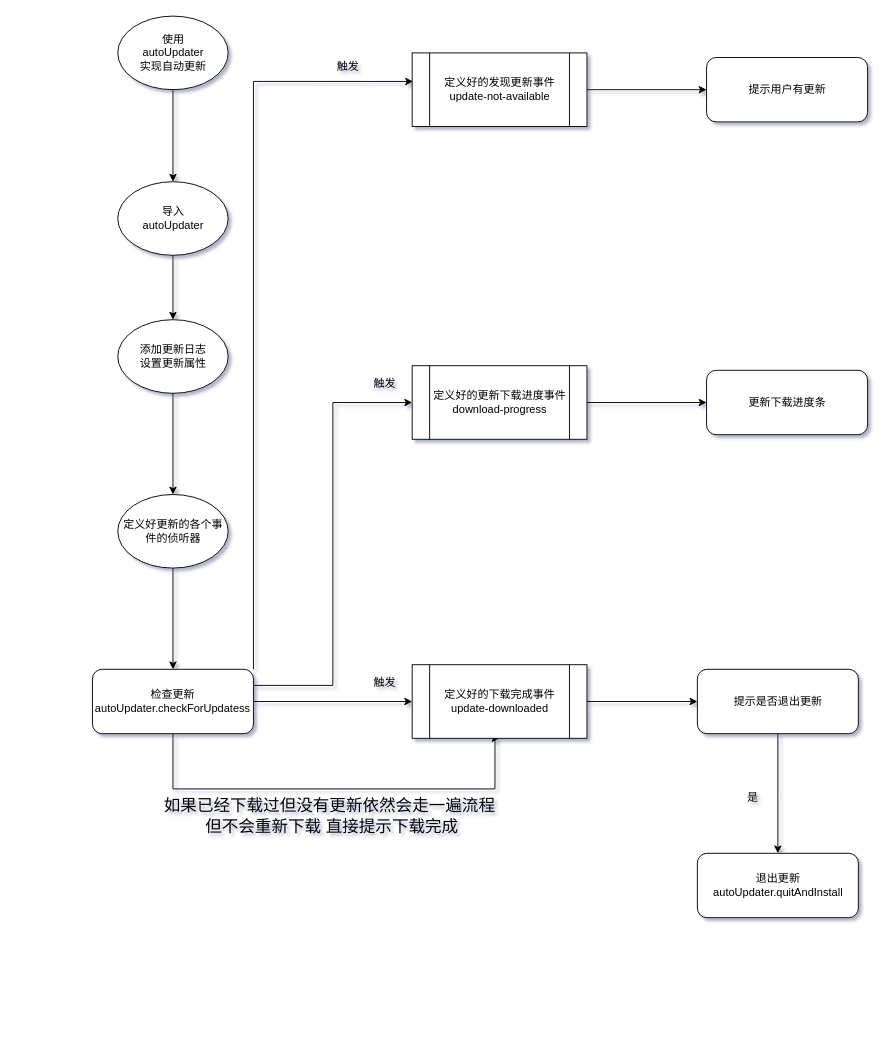
bitbw/my-gallery keeps this draw.io diagram as 流程图/electron自动更新插件实现.drawio. Above is the earlier version. Source tidied: cells renumbered, new cells numbered last; positions are measured from the earlier drawing's top-left corner, leaving out a move shared by most shapes. Both pictures are drawn from the tidied source at 92%, with x=0, y=0 at pixel (92, 16).
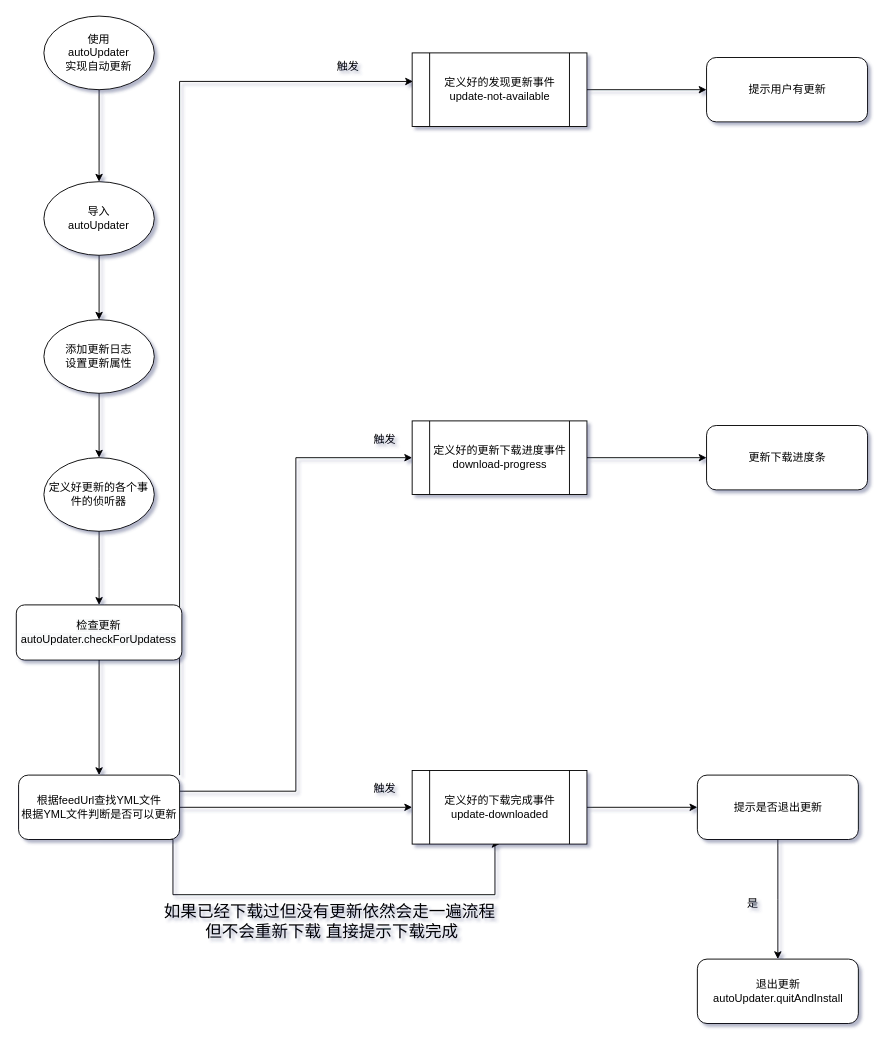
After the change.

Commit message (it also covers changes not shown here):
更新electron自动更新插件实现.drawio

What changed in the source:
```diff
@@
-    <mxCell id="2" style="edgeStyle=orthogonalEdgeStyle;rounded=0;jettySize=auto;html=1;exitX=0.5;exitY=1;exitDx=0;exitDy=0;entryX=0.5;entryY=0;entryDx=0;entryDy=0;" parent="1" edge="1" source="3" target="14">
-      <mxGeometry relative="1" as="geometry" />
-    </mxCell>
+    <mxCell id="31" style="edgeStyle=orthogonalEdgeStyle;rounded=0;jettySize=auto;html=1;entryX=0.5;entryY=0;entryDx=0;entryDy=0;" parent="1" edge="1" source="3">
+      <mxGeometry relative="1" as="geometry">
+        <mxPoint x="7.2" y="640" as="targetPoint" />
+      </mxGeometry>
+    </mxCell>
     <mxCell id="3" value="定义好更新的各个事件的侦听器" style="ellipse;whiteSpace=wrap;html=1;rounded=0;" parent="1" vertex="1">
-      <mxGeometry x="27.5" y="520" width="120" height="80" as="geometry" />
+      <mxGeometry x="-52.8" y="480" width="120" height="80" as="geometry" />
     </mxCell>
@@
     <mxCell id="5" value="使用&lt;div&gt;autoUpdater&lt;/div&gt;&lt;div&gt;实现自动更新&lt;/div&gt;" style="ellipse;whiteSpace=wrap;html=1;rounded=0;" parent="1" vertex="1">
-      <mxGeometry x="27.5" width="120" height="80" as="geometry" />
+      <mxGeometry x="-52.8" width="120" height="80" as="geometry" />
     </mxCell>
@@
     <mxCell id="7" value="&lt;span&gt;导入&lt;/span&gt;&lt;br&gt;&lt;span&gt;autoUpdater&lt;/span&gt;" style="ellipse;whiteSpace=wrap;html=1;" parent="1" vertex="1">
-      <mxGeometry x="27.5" y="180" width="120" height="80" as="geometry" />
+      <mxGeometry x="-52.8" y="180" width="120" height="80" as="geometry" />
     </mxCell>
@@
     <mxCell id="13" style="edgeStyle=orthogonalEdgeStyle;rounded=0;jettySize=auto;html=1;exitX=0.5;exitY=1;exitDx=0;exitDy=0;entryX=0.5;entryY=1;entryDx=0;entryDy=0;" parent="1" edge="1" source="14" target="23">
       <mxGeometry relative="1" as="geometry">
         <Array as="points">
-          <mxPoint x="87.5" y="840" />
-          <mxPoint x="437.5" y="840" />
-          <mxPoint x="437.5" y="785" />
+          <mxPoint x="87.5" y="955" />
+          <mxPoint x="437.5" y="955" />
+          <mxPoint x="437.5" y="900" />
         </Array>
       </mxGeometry>
     </mxCell>
-    <mxCell id="14" value="检查更新&lt;br&gt;autoUpdater.checkForUpdatess" style="rounded=1;whiteSpace=wrap;html=1;" parent="1" vertex="1">
-      <mxGeometry y="710" width="175" height="70" as="geometry" />
+    <mxCell id="14" value="根据feedUrl查找YML文件&lt;br&gt;根据YML文件判断是否可以更新" style="rounded=1;whiteSpace=wrap;html=1;" parent="1" vertex="1">
+      <mxGeometry x="-80.3" y="825" width="175" height="70" as="geometry" />
     </mxCell>
@@
     <mxCell id="18" value="添加更新日志&lt;br&gt;设置更新属性" style="ellipse;whiteSpace=wrap;html=1;rounded=0;" parent="1" vertex="1">
-      <mxGeometry x="27.5" y="330" width="120" height="80" as="geometry" />
+      <mxGeometry x="-52.8" y="330" width="120" height="80" as="geometry" />
     </mxCell>
@@
     <mxCell id="20" value="定义好的更新下载进度事件&lt;br&gt;download-progress" style="shape=process;whiteSpace=wrap;html=1;backgroundOutline=1;rounded=0;" parent="1" vertex="1">
-      <mxGeometry x="347.5" y="380" width="190" height="80" as="geometry" />
+      <mxGeometry x="347.5" y="440" width="190" height="80" as="geometry" />
     </mxCell>
     <mxCell id="21" value="更新下载进度条" style="rounded=1;whiteSpace=wrap;html=1;" parent="1" vertex="1">
-      <mxGeometry x="667.5" y="385" width="175" height="70" as="geometry" />
+      <mxGeometry x="667.5" y="445" width="175" height="70" as="geometry" />
     </mxCell>
@@
     <mxCell id="23" value="定义好的下载完成事件&lt;br&gt;update-downloaded" style="shape=process;whiteSpace=wrap;html=1;backgroundOutline=1;rounded=0;" parent="1" vertex="1">
-      <mxGeometry x="347.5" y="705" width="190" height="80" as="geometry" />
+      <mxGeometry x="347.5" y="820" width="190" height="80" as="geometry" />
     </mxCell>
     <mxCell id="24" style="edgeStyle=orthogonalEdgeStyle;rounded=0;jettySize=auto;html=1;" parent="1" edge="1" source="25">
       <mxGeometry relative="1" as="geometry">
-        <mxPoint x="745" y="910" as="targetPoint" />
+        <mxPoint x="745" y="1025" as="targetPoint" />
       </mxGeometry>
     </mxCell>
     <mxCell id="25" value="提示是否退出更新" style="rounded=1;whiteSpace=wrap;html=1;" parent="1" vertex="1">
-      <mxGeometry x="657.5" y="710" width="175" height="70" as="geometry" />
+      <mxGeometry x="657.5" y="825" width="175" height="70" as="geometry" />
     </mxCell>
     <mxCell id="26" value="退出更新&lt;br&gt;autoUpdater.quitAndInstall" style="rounded=1;whiteSpace=wrap;html=1;" parent="1" vertex="1">
-      <mxGeometry x="657.5" y="910" width="175" height="70" as="geometry" />
+      <mxGeometry x="657.5" y="1025" width="175" height="70" as="geometry" />
     </mxCell>
     <mxCell id="27" value="触发" style="text;html=1;strokeColor=none;fillColor=none;align=center;verticalAlign=middle;whiteSpace=wrap;rounded=0;" parent="1" vertex="1">
-      <mxGeometry x="297.5" y="385" width="40" height="30" as="geometry" />
+      <mxGeometry x="297.5" y="445" width="40" height="30" as="geometry" />
     </mxCell>
     <mxCell id="28" value="触发" style="text;html=1;strokeColor=none;fillColor=none;align=center;verticalAlign=middle;whiteSpace=wrap;rounded=0;" parent="1" vertex="1">
-      <mxGeometry x="297.5" y="710" width="40" height="30" as="geometry" />
+      <mxGeometry x="297.5" y="825" width="40" height="30" as="geometry" />
     </mxCell>
     <mxCell id="29" value="是" style="text;html=1;strokeColor=none;fillColor=none;align=center;verticalAlign=middle;whiteSpace=wrap;rounded=0;" parent="1" vertex="1">
-      <mxGeometry x="697.5" y="840" width="40" height="20" as="geometry" />
+      <mxGeometry x="697.5" y="955" width="40" height="20" as="geometry" />
     </mxCell>
     <mxCell id="30" value="&lt;font style=&quot;font-size: 18px&quot;&gt;如果已经下载过但没有更新依然会走一遍流程&lt;br&gt;&amp;nbsp;但不会重新下载 直接提示下载完成&lt;/font&gt;" style="text;html=1;strokeColor=none;fillColor=none;align=center;verticalAlign=middle;whiteSpace=wrap;rounded=0;" parent="1" vertex="1">
-      <mxGeometry x="7.5" y="860" width="500" height="20" as="geometry" />
+      <mxGeometry x="7.5" y="975" width="500" height="20" as="geometry" />
     </mxCell>
+    <mxCell id="32" style="edgeStyle=orthogonalEdgeStyle;rounded=0;jettySize=auto;html=1;" parent="1" edge="1" source="33" target="14">
+      <mxGeometry relative="1" as="geometry" />
+    </mxCell>
+    <mxCell id="33" value="&#10;&#10;&lt;span style=&quot;color: rgb(0, 0, 0); font-family: helvetica; font-size: 12px; font-style: normal; font-weight: 400; letter-spacing: normal; text-align: center; text-indent: 0px; text-transform: none; word-spacing: 0px; background-color: rgb(248, 249, 250);&quot;&gt;检查更新&lt;/span&gt;&lt;br style=&quot;color: rgb(0, 0, 0); font-family: helvetica; font-size: 12px; font-style: normal; font-weight: 400; letter-spacing: normal; text-align: center; text-indent: 0px; text-transform: none; word-spacing: 0px; background-color: rgb(248, 249, 250);&quot;&gt;&lt;span style=&quot;color: rgb(0, 0, 0); font-family: helvetica; font-size: 12px; font-style: normal; font-weight: 400; letter-spacing: normal; text-align: center; text-indent: 0px; text-transform: none; word-spacing: 0px; background-color: rgb(248, 249, 250);&quot;&gt;autoUpdater.checkForUpdatess&lt;/span&gt;&#10;&#10;" style="rounded=1;whiteSpace=wrap;html=1;" parent="1" vertex="1">
+      <mxGeometry x="-82.8" y="640" width="180" height="60" as="geometry" />
+    </mxCell>
```
